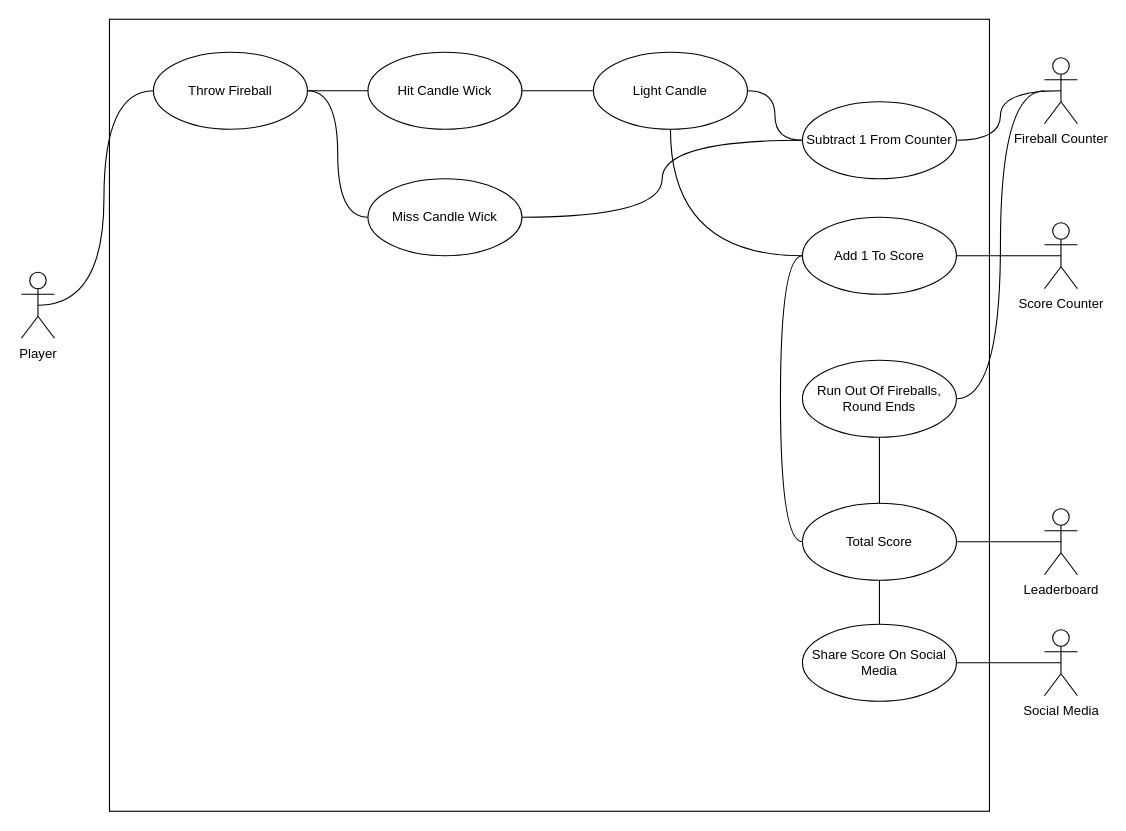
The draw.io diagram page "UseCaseDiagram" (1 of 2) of FireballGameplay.drawio in ezratkim/CISC210draw.io, before the edit. Source tidied: cells renumbered, new cells numbered last; positions are measured from the earlier drawing's top-left corner, leaving out a move shared by most shapes. Both pictures are drawn from the tidied source at 110%, with x=0, y=0 at pixel (21, 19).
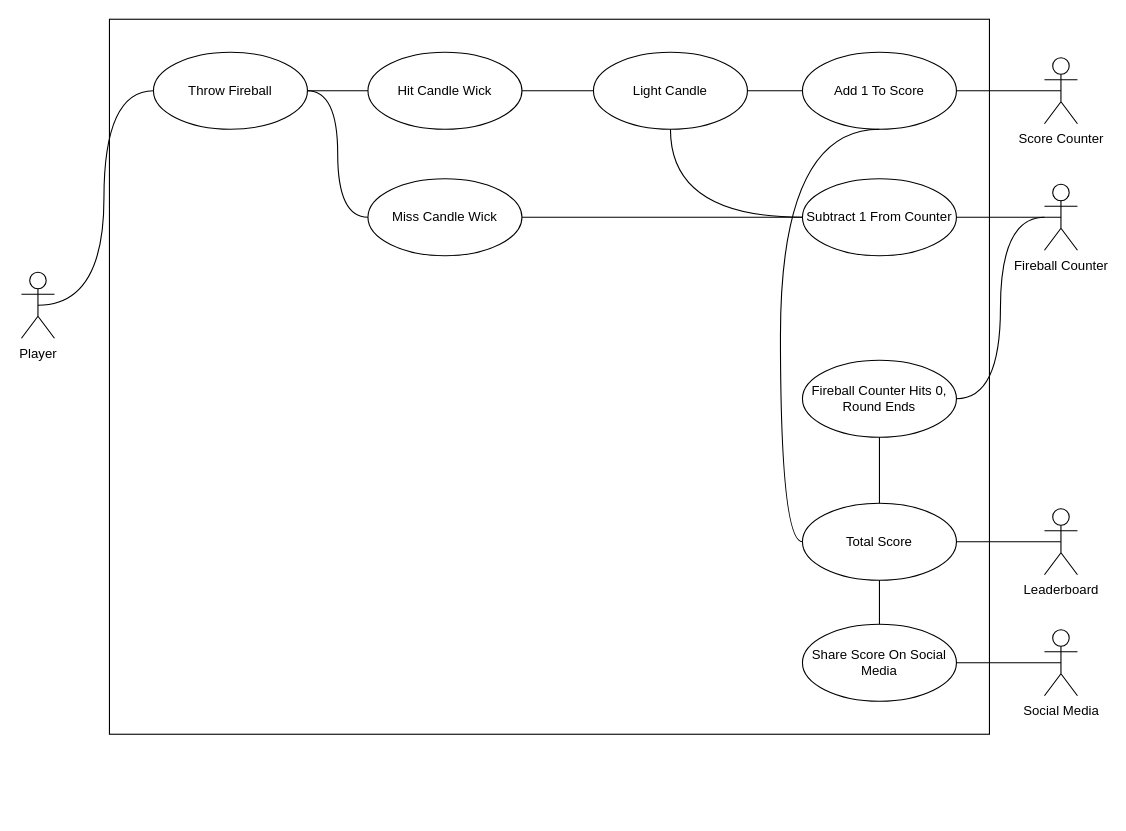
The same diagram, later.

Unchanged cells that the change refers to:
```xml
<mxCell id="12" value="Light Candle" style="ellipse;whiteSpace=wrap;html=1;fillColor=none;" parent="1" vertex="1">
  <mxGeometry x="520" y="30" width="140" height="70" as="geometry" />
</mxCell>
<mxCell id="26" value="Total Score" style="ellipse;whiteSpace=wrap;html=1;fillColor=none;" parent="1" vertex="1">
  <mxGeometry x="710" y="440" width="140" height="70" as="geometry" />
</mxCell>
```

The edit, as a diff of the source:
```diff
@@
     <mxCell id="4" style="rounded=0;whiteSpace=wrap;html=1;fillColor=none;" parent="1" vertex="1">
-      <mxGeometry x="80" width="800" height="720" as="geometry" />
+      <mxGeometry x="80" width="800" height="650" as="geometry" />
     </mxCell>
@@
+    <mxCell id="11" style="edgeStyle=orthogonalEdgeStyle;curved=1;jettySize=auto;html=1;exitX=1;exitY=0.5;exitDx=0;exitDy=0;entryX=0;entryY=0.5;entryDx=0;entryDy=0;endArrow=none;endFill=0;" parent="1" edge="1" source="12" target="21">
+      <mxGeometry relative="1" as="geometry" />
+    </mxCell>
-    <mxCell id="10" style="edgeStyle=orthogonalEdgeStyle;curved=1;jettySize=auto;html=1;exitX=1;exitY=0.5;exitDx=0;exitDy=0;endArrow=none;endFill=0;entryX=0;entryY=0.5;entryDx=0;entryDy=0;" parent="1" edge="1" source="12" target="15">
+    <mxCell id="10" style="edgeStyle=orthogonalEdgeStyle;curved=1;jettySize=auto;html=1;exitX=0.5;exitY=1;exitDx=0;exitDy=0;entryX=0;entryY=0.5;entryDx=0;entryDy=0;endArrow=none;endFill=0;" parent="1" edge="1" source="12" target="15">
       <mxGeometry relative="1" as="geometry" />
     </mxCell>
-    <mxCell id="11" style="edgeStyle=orthogonalEdgeStyle;curved=1;jettySize=auto;html=1;exitX=0.5;exitY=1;exitDx=0;exitDy=0;entryX=0;entryY=0.5;entryDx=0;entryDy=0;endArrow=none;endFill=0;" parent="1" edge="1" source="12" target="21">
-      <mxGeometry relative="1" as="geometry" />
-    </mxCell>
@@
     <mxCell id="15" value="Subtract 1 From Counter" style="ellipse;whiteSpace=wrap;html=1;fillColor=none;" parent="1" vertex="1">
-      <mxGeometry x="710" y="75" width="140" height="70" as="geometry" />
+      <mxGeometry x="710" y="145" width="140" height="70" as="geometry" />
     </mxCell>
@@
     <mxCell id="18" value="Fireball Counter" style="shape=umlActor;verticalLabelPosition=bottom;labelBackgroundColor=#ffffff;verticalAlign=top;html=1;fillColor=none;" parent="1" vertex="1">
-      <mxGeometry x="930" y="35" width="30" height="60" as="geometry" />
+      <mxGeometry x="930" y="150" width="30" height="60" as="geometry" />
     </mxCell>
@@
-    <mxCell id="20" style="edgeStyle=orthogonalEdgeStyle;curved=1;jettySize=auto;html=1;exitX=0;exitY=0.5;exitDx=0;exitDy=0;entryX=0;entryY=0.5;entryDx=0;entryDy=0;endArrow=none;endFill=0;" parent="1" edge="1" source="21" target="26">
-      <mxGeometry relative="1" as="geometry" />
+    <mxCell id="20" style="edgeStyle=orthogonalEdgeStyle;curved=1;jettySize=auto;html=1;exitX=0.5;exitY=1;exitDx=0;exitDy=0;entryX=0;entryY=0.5;entryDx=0;entryDy=0;endArrow=none;endFill=0;" parent="1" edge="1" source="21" target="26">
+      <mxGeometry relative="1" as="geometry">
+        <Array as="points">
+          <mxPoint x="690" y="100" />
+          <mxPoint x="690" y="475" />
+        </Array>
+      </mxGeometry>
     </mxCell>
     <mxCell id="21" value="Add 1 To Score" style="ellipse;whiteSpace=wrap;html=1;fillColor=none;" parent="1" vertex="1">
-      <mxGeometry x="710" y="180" width="140" height="70" as="geometry" />
+      <mxGeometry x="710" y="30" width="140" height="70" as="geometry" />
     </mxCell>
     <mxCell id="22" value="Score Counter" style="shape=umlActor;verticalLabelPosition=bottom;labelBackgroundColor=#ffffff;verticalAlign=top;html=1;fillColor=none;" parent="1" vertex="1">
-      <mxGeometry x="930" y="185" width="30" height="60" as="geometry" />
+      <mxGeometry x="930" y="35" width="30" height="60" as="geometry" />
     </mxCell>
@@
-    <mxCell id="31" value="Run Out Of Fireballs, Round Ends" style="ellipse;whiteSpace=wrap;html=1;fillColor=none;" parent="1" vertex="1">
+    <mxCell id="31" value="Fireball Counter Hits 0, Round Ends" style="ellipse;whiteSpace=wrap;html=1;fillColor=none;" parent="1" vertex="1">
       <mxGeometry x="710" y="310" width="140" height="70" as="geometry" />
     </mxCell>
```
